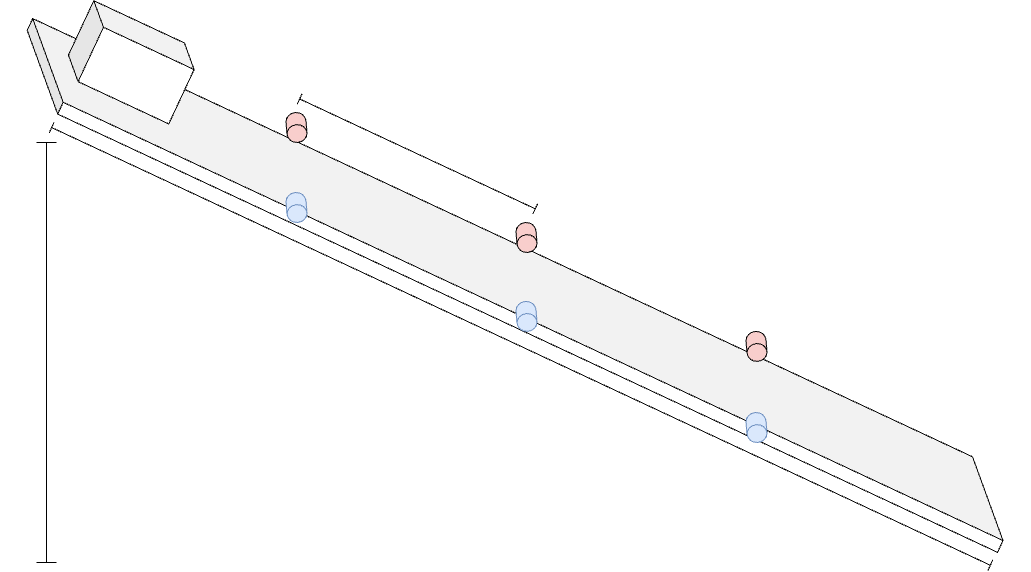
Earlier version of the draw.io export Diagram.drawio.png (andim53/Friction-Coefficient). Source tidied: cells renumbered, new cells last; positions are measured from the earlier drawing's top-left corner, leaving out a move shared by most shapes. The source it was exported from:
```xml
<mxGraphModel>
  <root>
    <mxCell id="0" />
    <mxCell id="1" parent="0" />
    <mxCell id="2" style="shape=cube;whiteSpace=wrap;html=1;boundedLbl=1;backgroundOutline=1;darkOpacity=0.05;darkOpacity2=0.1;rotation=25;size=63;strokeColor=default;" parent="1" vertex="1">
      <mxGeometry x="-0.4" y="224.9" width="1100" height="76" as="geometry" />
    </mxCell>
    <mxCell id="3" style="shape=cube;whiteSpace=wrap;html=1;boundedLbl=1;backgroundOutline=1;darkOpacity=0.05;darkOpacity2=0.1;rotation=25;strokeColor=default;" parent="1" vertex="1">
      <mxGeometry x="105.8" y="-0.2" width="120" height="80" as="geometry" />
    </mxCell>
    <mxCell id="4" style="shape=crossbar;whiteSpace=wrap;html=1;rounded=1;rotation=25;" parent="1" vertex="1">
      <mxGeometry x="37.7" y="317.9" width="1035.7" height="12" as="geometry" />
    </mxCell>
    <mxCell id="5" style="shape=crossbar;whiteSpace=wrap;html=1;rounded=1;direction=south;" parent="1" vertex="1">
      <mxGeometry x="71" y="120" width="20" height="420" as="geometry" />
    </mxCell>
    <mxCell id="6" style="shape=cylinder3;whiteSpace=wrap;html=1;boundedLbl=1;backgroundOutline=1;size=8.909952622966557;fillColor=#f8cecc;strokeColor=default;rotation=-185;gradientColor=none;" parent="1" vertex="1">
      <mxGeometry x="321" y="90" width="20" height="30" as="geometry" />
    </mxCell>
    <mxCell id="7" style="shape=cylinder3;whiteSpace=wrap;html=1;boundedLbl=1;backgroundOutline=1;size=8.909952622966557;fillColor=#f8cecc;strokeColor=default;rotation=-185;gradientColor=none;" parent="1" vertex="1">
      <mxGeometry x="551" y="200" width="20" height="30" as="geometry" />
    </mxCell>
    <mxCell id="8" style="shape=cylinder3;whiteSpace=wrap;html=1;boundedLbl=1;backgroundOutline=1;size=8.909952622966557;fillColor=#f8cecc;strokeColor=default;rotation=-185;gradientColor=none;" parent="1" vertex="1">
      <mxGeometry x="781" y="308.9" width="20" height="30" as="geometry" />
    </mxCell>
    <mxCell id="9" style="shape=cylinder3;whiteSpace=wrap;html=1;boundedLbl=1;backgroundOutline=1;size=8.909952622966557;fillColor=#dae8fc;strokeColor=#6c8ebf;rotation=-185;" parent="1" vertex="1">
      <mxGeometry x="321" y="170" width="20" height="30" as="geometry" />
    </mxCell>
    <mxCell id="10" style="shape=cylinder3;whiteSpace=wrap;html=1;boundedLbl=1;backgroundOutline=1;size=8.909952622966557;fillColor=#dae8fc;strokeColor=#6c8ebf;rotation=-185;" parent="1" vertex="1">
      <mxGeometry x="551" y="278.9" width="20" height="30" as="geometry" />
    </mxCell>
    <mxCell id="11" style="shape=cylinder3;whiteSpace=wrap;html=1;boundedLbl=1;backgroundOutline=1;size=8.909952622966557;fillColor=#dae8fc;strokeColor=#6c8ebf;rotation=-185;" parent="1" vertex="1">
      <mxGeometry x="781" y="390" width="20" height="30" as="geometry" />
    </mxCell>
    <mxCell id="12" style="shape=crossbar;whiteSpace=wrap;html=1;rounded=1;rotation=25;" parent="1" vertex="1">
      <mxGeometry x="321.9" y="125.6" width="260" height="11.5" as="geometry" />
    </mxCell>
  </root>
</mxGraphModel>
```
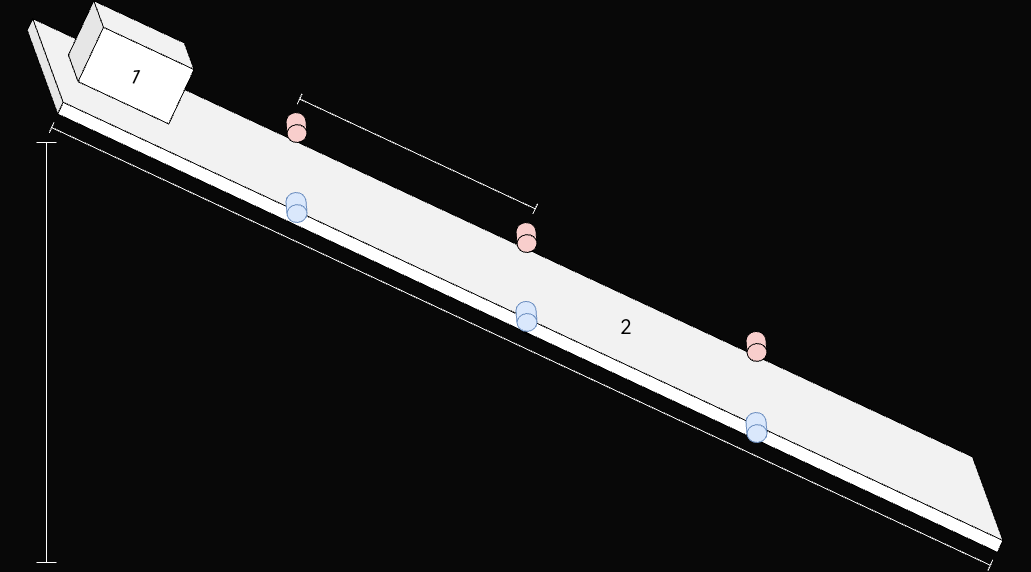
Above is the later version.

What changed in the source:
```diff
@@ -1,17 +1,17 @@
-<mxGraphModel>
+<mxGraphModel background="#080808">
   <root>
     <mxCell id="0" />
     <mxCell id="1" parent="0" />
-    <mxCell id="2" style="shape=cube;whiteSpace=wrap;html=1;boundedLbl=1;backgroundOutline=1;darkOpacity=0.05;darkOpacity2=0.1;rotation=25;size=63;strokeColor=default;" parent="1" vertex="1">
+    <mxCell id="2" value="&lt;font style=&quot;font-size: 20px;&quot;&gt;2&lt;/font&gt;" style="shape=cube;whiteSpace=wrap;html=1;boundedLbl=1;backgroundOutline=1;darkOpacity=0.05;darkOpacity2=0.1;rotation=25;size=63;strokeColor=default;" parent="1" vertex="1">
       <mxGeometry x="-0.4" y="224.9" width="1100" height="76" as="geometry" />
     </mxCell>
-    <mxCell id="3" style="shape=cube;whiteSpace=wrap;html=1;boundedLbl=1;backgroundOutline=1;darkOpacity=0.05;darkOpacity2=0.1;rotation=25;strokeColor=default;" parent="1" vertex="1">
+    <mxCell id="3" value="&lt;font style=&quot;font-size: 20px;&quot;&gt;1&lt;/font&gt;" style="shape=cube;whiteSpace=wrap;html=1;boundedLbl=1;backgroundOutline=1;darkOpacity=0.05;darkOpacity2=0.1;rotation=25;strokeColor=default;" parent="1" vertex="1">
       <mxGeometry x="105.8" y="-0.2" width="120" height="80" as="geometry" />
     </mxCell>
-    <mxCell id="4" style="shape=crossbar;whiteSpace=wrap;html=1;rounded=1;rotation=25;" parent="1" vertex="1">
+    <mxCell id="4" style="shape=crossbar;whiteSpace=wrap;html=1;rounded=1;rotation=25;strokeColor=#FFFFFF;" parent="1" vertex="1">
       <mxGeometry x="37.7" y="317.9" width="1035.7" height="12" as="geometry" />
     </mxCell>
-    <mxCell id="5" style="shape=crossbar;whiteSpace=wrap;html=1;rounded=1;direction=south;" parent="1" vertex="1">
+    <mxCell id="5" style="shape=crossbar;whiteSpace=wrap;html=1;rounded=1;direction=south;strokeColor=#FFFFFF;" parent="1" vertex="1">
       <mxGeometry x="71" y="120" width="20" height="420" as="geometry" />
     </mxCell>
     <mxCell id="6" style="shape=cylinder3;whiteSpace=wrap;html=1;boundedLbl=1;backgroundOutline=1;size=8.909952622966557;fillColor=#f8cecc;strokeColor=default;rotation=-185;gradientColor=none;" parent="1" vertex="1">
@@ -32,8 +32,11 @@
     <mxCell id="11" style="shape=cylinder3;whiteSpace=wrap;html=1;boundedLbl=1;backgroundOutline=1;size=8.909952622966557;fillColor=#dae8fc;strokeColor=#6c8ebf;rotation=-185;" parent="1" vertex="1">
       <mxGeometry x="781" y="390" width="20" height="30" as="geometry" />
     </mxCell>
-    <mxCell id="12" style="shape=crossbar;whiteSpace=wrap;html=1;rounded=1;rotation=25;" parent="1" vertex="1">
+    <mxCell id="12" style="shape=crossbar;whiteSpace=wrap;html=1;rounded=1;rotation=25;strokeColor=#FFFFFF;" parent="1" vertex="1">
       <mxGeometry x="321.9" y="125.6" width="260" height="11.5" as="geometry" />
     </mxCell>
+    <mxCell id="13" value="&lt;font style=&quot;font-size: 20px;&quot;&gt;2&lt;/font&gt;" style="text;html=1;strokeColor=none;fillColor=none;align=center;verticalAlign=middle;whiteSpace=wrap;rounded=0;" parent="1" vertex="1">
+      <mxGeometry x="631" y="287.9" width="60" height="30" as="geometry" />
+    </mxCell>
   </root>
 </mxGraphModel>
```
